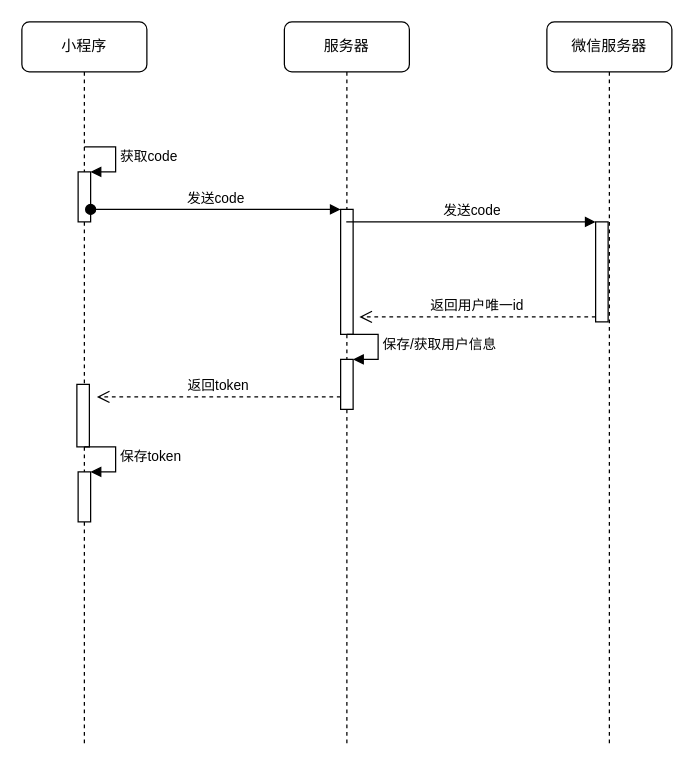
This is page "登录/注册" (1 of 2) of secondHand/sequence.drawio from xy-hong/drawDiagram, a draw.io file, before an edit. Source tidied: cells renumbered, new cells numbered last; positions are measured from the earlier drawing's top-left corner, leaving out a move shared by most shapes. Both pictures are drawn from the tidied source at 125%, with x=0, y=0 at pixel (21, 21).
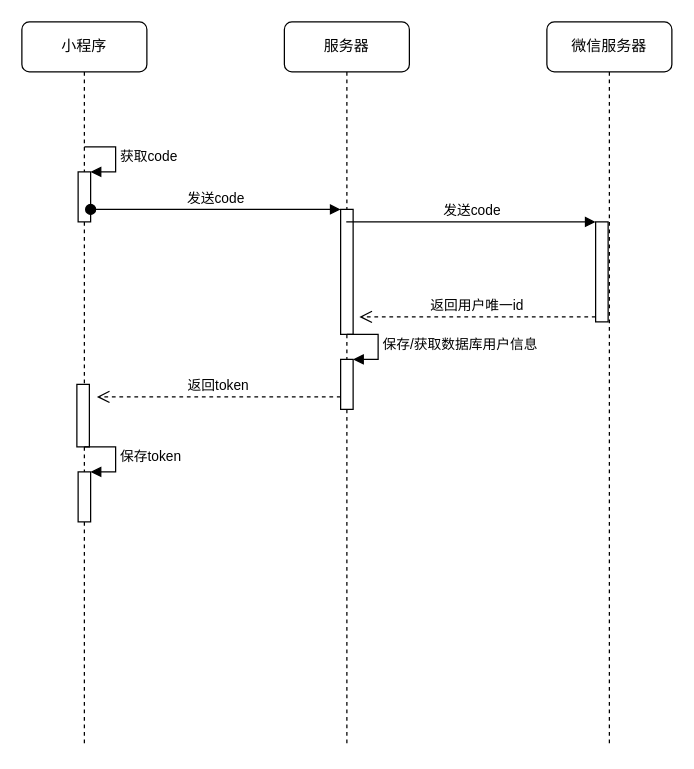
Above is the later version.

The change refers to these unchanged cells:
```xml
<mxCell id="2" value="服务器" style="shape=umlLifeline;perimeter=lifelinePerimeter;whiteSpace=wrap;html=1;outlineConnect=0;rounded=1;shadow=0;comic=0;labelBackgroundColor=none;strokeWidth=1;fontFamily=Verdana;fontSize=12;align=center;" parent="1" vertex="1">
  <mxGeometry x="210" width="100" height="580" as="geometry" />
</mxCell>
<mxCell id="4" style="html=1;points=[];perimeter=orthogonalPerimeter;" parent="2" vertex="1">
  <mxGeometry x="45" y="270" width="10" height="40" as="geometry" />
</mxCell>
```

Change to the diagram source:
```diff
@@
-    <mxCell id="5" value="保存/获取用户信息" style="edgeStyle=orthogonalEdgeStyle;html=1;align=left;spacingLeft=2;endArrow=block;rounded=0;entryX=1;entryY=0;" parent="2" edge="1" target="4">
+    <mxCell id="5" value="保存/获取数据库用户信息" style="edgeStyle=orthogonalEdgeStyle;html=1;align=left;spacingLeft=2;endArrow=block;rounded=0;entryX=1;entryY=0;" parent="2" edge="1" target="4">
       <mxGeometry relative="1" as="geometry">
         <mxPoint x="50" y="250" as="sourcePoint" />
         <Array as="points">
           <mxPoint x="75" y="250" />
         </Array>
       </mxGeometry>
     </mxCell>
```
